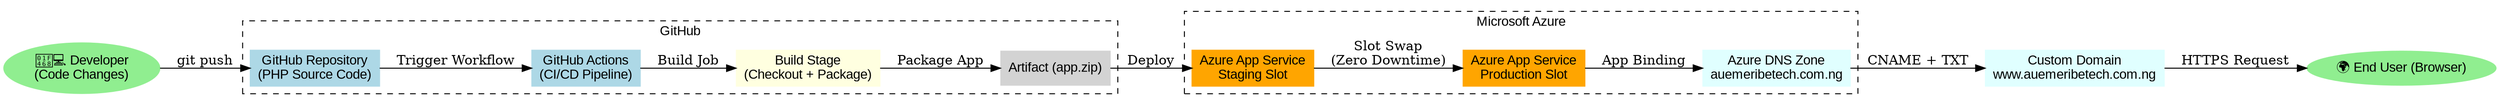
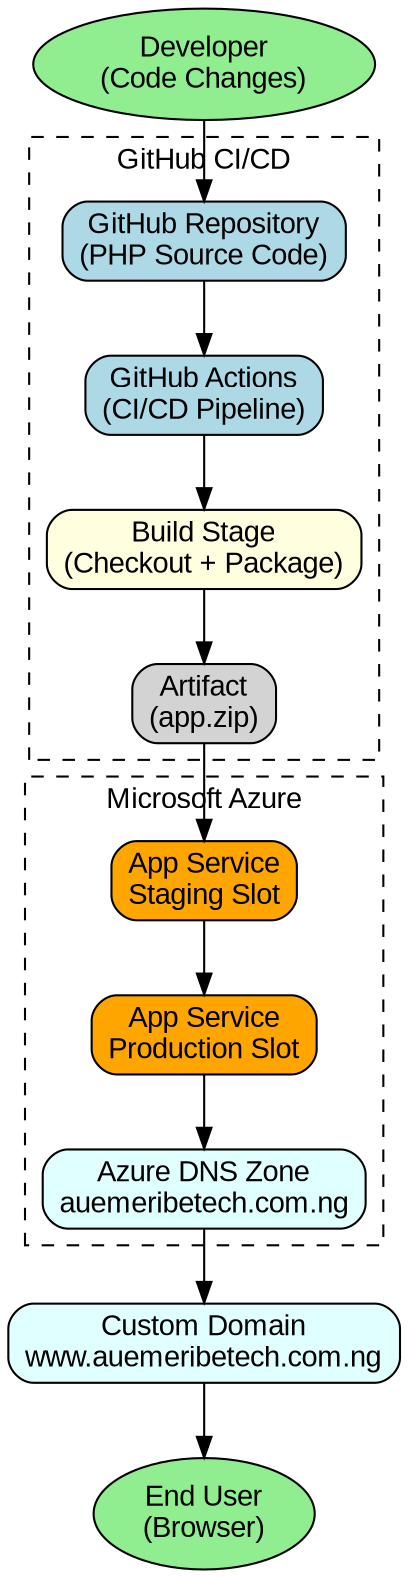
digraph CICD_Azure_PHP {
-     rankdir=LR;
+     rankdir=TB;
    fontname="Arial";

-     node [shape=rectangle, style=filled, fontname="Arial"];
+     node [shape=rectangle, style="rounded,filled", fontname="Arial"];

-     # Developer
-     dev [label="👨‍💻 Developer\n(Code Changes)", shape=oval, color=lightgreen];
+     dev [label="Developer\n(Code Changes)", shape=oval, fillcolor=lightgreen];

-     # GitHub
-     github [label="GitHub Repository\n(PHP Source Code)", color=lightblue];
-     actions [label="GitHub Actions\n(CI/CD Pipeline)", color=lightblue];
+     github [label="GitHub Repository\n(PHP Source Code)", fillcolor=lightblue];
+     actions [label="GitHub Actions\n(CI/CD Pipeline)", fillcolor=lightblue];

-     # Build Stage
-     build [label="Build Stage\n(Checkout + Package)", color=lightyellow];
+     build [label="Build Stage\n(Checkout + Package)", fillcolor=lightyellow];
+     artifact [label="Artifact\n(app.zip)", fillcolor=lightgrey];

-     # Artifact
-     artifact [label="Artifact (app.zip)", color=lightgrey];
+     staging [label="App Service\nStaging Slot", fillcolor=orange];
+     production [label="App Service\nProduction Slot", fillcolor=orange];

-     # Azure App Service
-     staging [label="Azure App Service\nStaging Slot", color=orange];
-     production [label="Azure App Service\nProduction Slot", color=orange];
+     dns [label="Azure DNS Zone\nauemeribetech.com.ng", fillcolor=lightcyan];
+     domain [label="Custom Domain\nwww.auemeribetech.com.ng", fillcolor=lightcyan];

-     # Azure DNS
-     dns [label="Azure DNS Zone\nauemeribetech.com.ng", color=lightcyan];
+     user [label="End User\n(Browser)", shape=oval, fillcolor=lightgreen];

-     # Custom Domain
-     domain [label="Custom Domain\nwww.auemeribetech.com.ng", color=lightcyan];
+     dev -> github;
+     github -> actions;
+     actions -> build;
+     build -> artifact;
+     artifact -> staging;
+     staging -> production;
+     production -> dns;
+     dns -> domain;
+     domain -> user;

-     # User
-     user [label="🌍 End User (Browser)", shape=oval, color=lightgreen];
- 
-     # Flow
-     dev -> github [label="git push"];
-     github -> actions [label="Trigger Workflow"];
-     actions -> build [label="Build Job"];
-     build -> artifact [label="Package App"];
-     artifact -> staging [label="Deploy"];
-     staging -> production [label="Slot Swap\n(Zero Downtime)"];
- 
-     production -> dns [label="App Binding"];
-     dns -> domain [label="CNAME + TXT"];
-     domain -> user [label="HTTPS Request"];
- 
-     # Azure grouping
    subgraph cluster_azure {
        label="Microsoft Azure";
        style=dashed;
- 
        staging;
        production;
        dns;
    }

-     # CI/CD grouping
    subgraph cluster_github {
-         label="GitHub";
+         label="GitHub CI/CD";
        style=dashed;
- 
        github;
        actions;
        build;
        artifact;
    }
- }
+ }